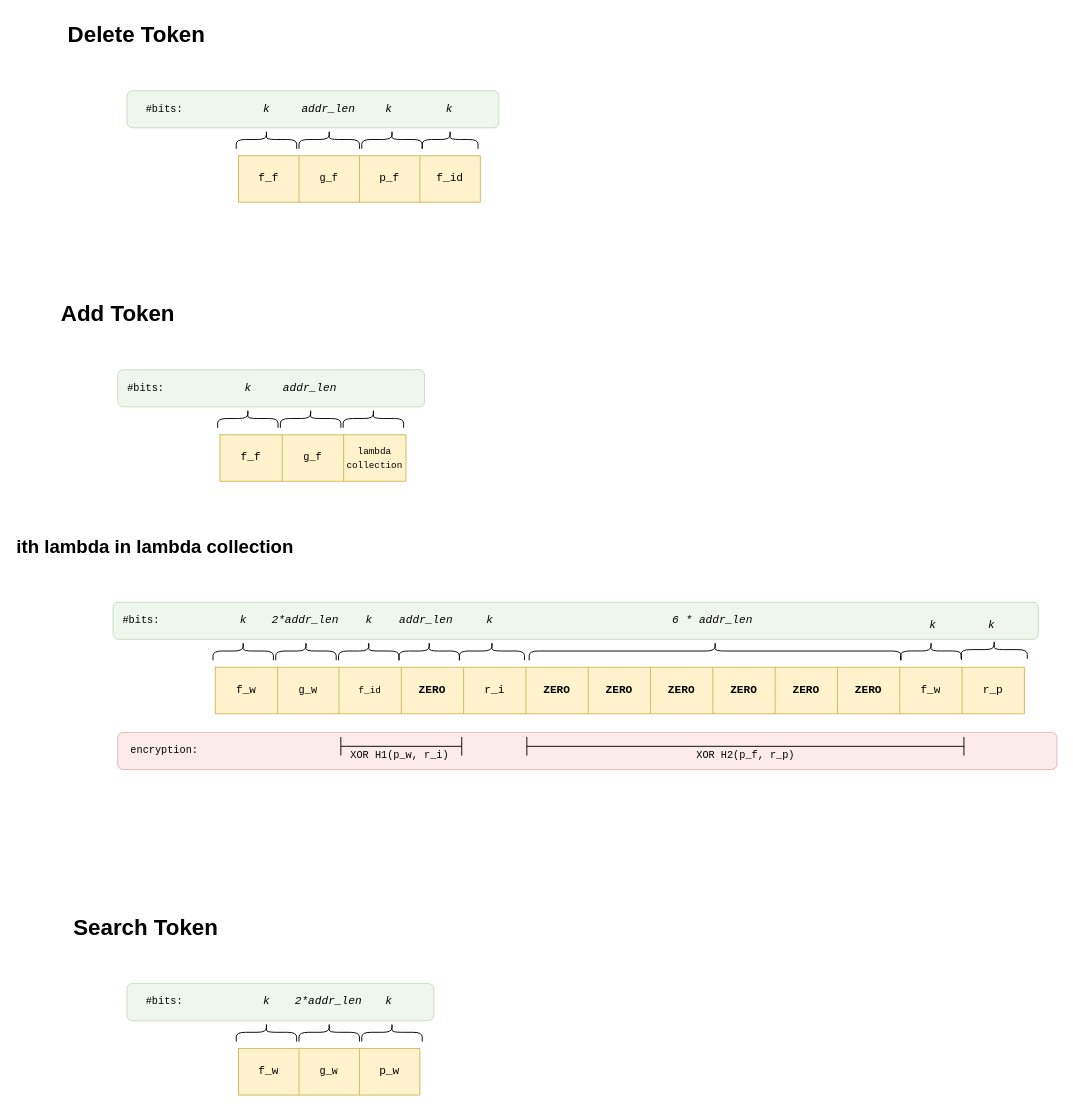
Before: page "tokens" (2 of 3) of diagrams/format_figures.drawio in thisisel/dynamic-sse, a draw.io diagram. Source tidied: cells renumbered, new cells numbered last; positions are measured from the earlier drawing's top-left corner, leaving out a move shared by most shapes. Both pictures are drawn from the tidied source at 93%, with x=0, y=0 at pixel (71, 16).
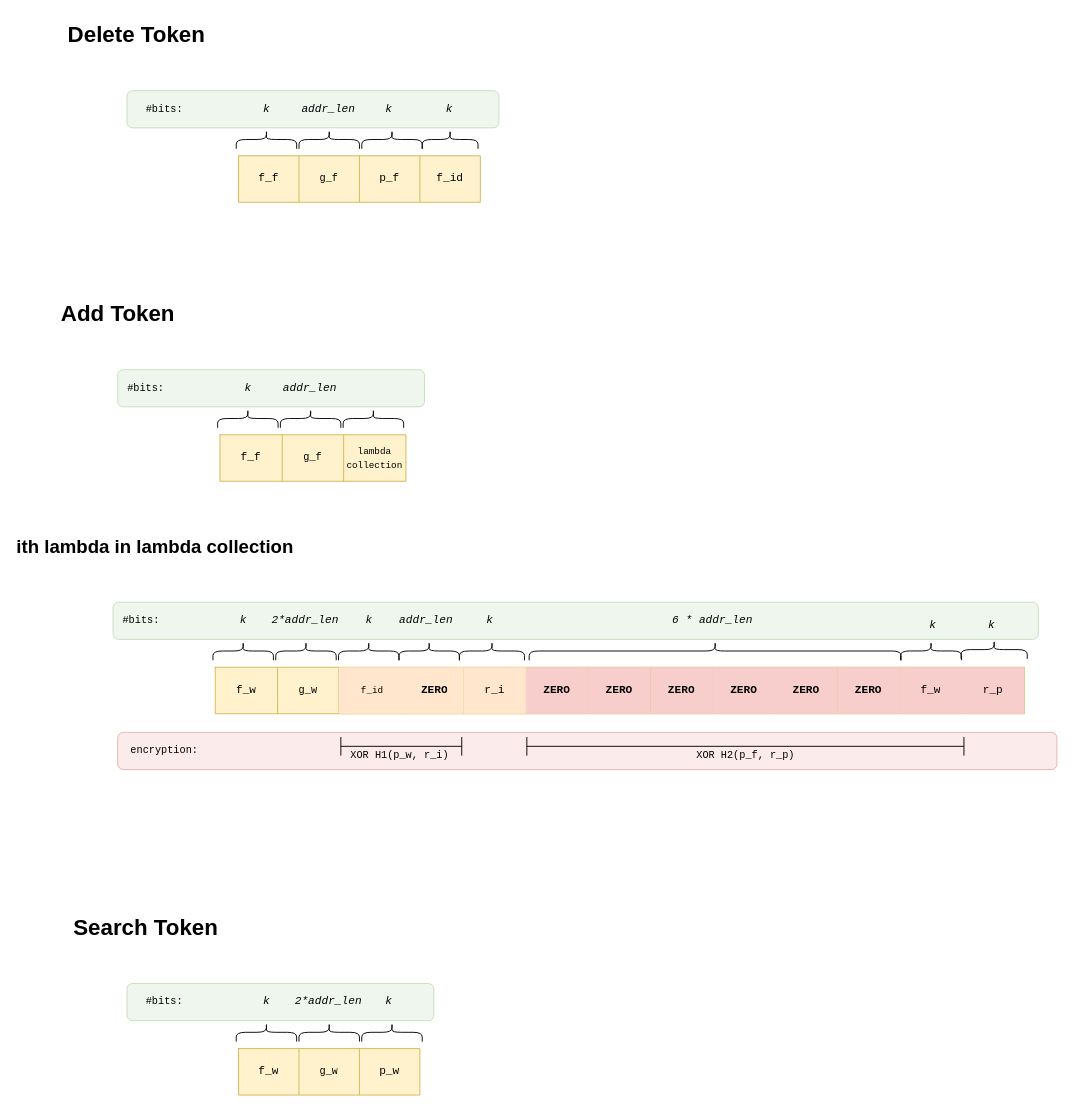
After the change.

The change refers to these unchanged cells:
```xml
<mxCell id="49" style="shape=tableRow;horizontal=0;startSize=0;swimlaneHead=0;swimlaneBody=0;top=0;left=0;bottom=0;right=0;fillColor=none;fontFamily=Courier New;" parent="48" vertex="1">
  <mxGeometry width="870" height="50" as="geometry" />
</mxCell>
```

What changed in the source:
```diff
@@
-    <mxCell id="52" value="&lt;font style=&quot;font-size: 10px;&quot;&gt;f_id&lt;/font&gt;" style="shape=partialRectangle;html=1;whiteSpace=wrap;overflow=hidden;fillColor=none;top=0;left=0;bottom=0;right=0;fontFamily=Courier New;" parent="49" vertex="1">
-      <mxGeometry x="133" width="67" height="50" as="geometry" />
+    <mxCell id="52" value="&lt;font style=&quot;font-size: 10px;&quot;&gt;f_id&lt;/font&gt;" style="shape=partialRectangle;html=1;whiteSpace=wrap;overflow=hidden;fillColor=#ffe6cc;top=0;left=0;bottom=0;right=0;fontFamily=Courier New;strokeColor=#d79b00;" parent="49" vertex="1">
+      <mxGeometry x="133" width="72" height="50" as="geometry" />
     </mxCell>
-    <mxCell id="53" value="&lt;b&gt;ZERO&lt;/b&gt;" style="shape=partialRectangle;html=1;whiteSpace=wrap;overflow=hidden;fillColor=none;top=0;left=0;bottom=0;right=0;fontFamily=Courier New;" parent="49" vertex="1">
-      <mxGeometry x="200" width="67" height="50" as="geometry" />
+    <mxCell id="53" value="&lt;b&gt;ZERO&lt;/b&gt;" style="shape=partialRectangle;html=1;whiteSpace=wrap;overflow=hidden;fillColor=#ffe6cc;top=0;left=0;bottom=0;right=0;fontFamily=Courier New;strokeColor=#d79b00;" parent="49" vertex="1">
+      <mxGeometry x="205" width="62" height="50" as="geometry" />
     </mxCell>
-    <mxCell id="54" value="r_i" style="shape=partialRectangle;html=1;whiteSpace=wrap;overflow=hidden;fillColor=none;top=0;left=0;bottom=0;right=0;fontFamily=Courier New;" parent="49" vertex="1">
+    <mxCell id="54" value="r_i" style="shape=partialRectangle;html=1;whiteSpace=wrap;overflow=hidden;fillColor=#ffe6cc;top=0;left=0;bottom=0;right=0;fontFamily=Courier New;strokeColor=#d79b00;" parent="49" vertex="1">
       <mxGeometry x="267" width="67" height="50" as="geometry" />
     </mxCell>
-    <mxCell id="55" value="&lt;b style=&quot;border-color: var(--border-color);&quot;&gt;ZERO&lt;/b&gt;" style="shape=partialRectangle;html=1;whiteSpace=wrap;overflow=hidden;fillColor=none;top=0;left=0;bottom=0;right=0;fontFamily=Courier New;" parent="49" vertex="1">
+    <mxCell id="55" value="&lt;b style=&quot;border-color: var(--border-color);&quot;&gt;ZERO&lt;/b&gt;" style="shape=partialRectangle;html=1;whiteSpace=wrap;overflow=hidden;fillColor=#f8cecc;top=0;left=0;bottom=0;right=0;fontFamily=Courier New;strokeColor=#000000;strokeWidth=6;" parent="49" vertex="1">
       <mxGeometry x="334" width="67" height="50" as="geometry" />
     </mxCell>
-    <mxCell id="56" value="&lt;b style=&quot;border-color: var(--border-color);&quot;&gt;ZERO&lt;/b&gt;" style="shape=partialRectangle;html=1;whiteSpace=wrap;overflow=hidden;fillColor=none;top=0;left=0;bottom=0;right=0;fontFamily=Courier New;" parent="49" vertex="1">
+    <mxCell id="56" value="&lt;b style=&quot;border-color: var(--border-color);&quot;&gt;ZERO&lt;/b&gt;" style="shape=partialRectangle;html=1;whiteSpace=wrap;overflow=hidden;fillColor=#f8cecc;top=0;left=0;bottom=0;right=0;fontFamily=Courier New;strokeColor=#000000;strokeWidth=6;" parent="49" vertex="1">
       <mxGeometry x="401" width="67" height="50" as="geometry" />
     </mxCell>
-    <mxCell id="57" value="&lt;b style=&quot;border-color: var(--border-color);&quot;&gt;ZERO&lt;/b&gt;" style="shape=partialRectangle;html=1;whiteSpace=wrap;overflow=hidden;fillColor=none;top=0;left=0;bottom=0;right=0;fontFamily=Courier New;" parent="49" vertex="1">
+    <mxCell id="57" value="&lt;b style=&quot;border-color: var(--border-color);&quot;&gt;ZERO&lt;/b&gt;" style="shape=partialRectangle;html=1;whiteSpace=wrap;overflow=hidden;fillColor=#f8cecc;top=0;left=0;bottom=0;right=0;fontFamily=Courier New;strokeColor=#000000;strokeWidth=6;" parent="49" vertex="1">
       <mxGeometry x="468" width="67" height="50" as="geometry" />
     </mxCell>
-    <mxCell id="58" value="&lt;b style=&quot;border-color: var(--border-color);&quot;&gt;ZERO&lt;/b&gt;" style="shape=partialRectangle;html=1;whiteSpace=wrap;overflow=hidden;fillColor=none;top=0;left=0;bottom=0;right=0;fontFamily=Courier New;" parent="49" vertex="1">
+    <mxCell id="58" value="&lt;b style=&quot;border-color: var(--border-color);&quot;&gt;ZERO&lt;/b&gt;" style="shape=partialRectangle;html=1;whiteSpace=wrap;overflow=hidden;fillColor=#f8cecc;top=0;left=0;bottom=0;right=0;fontFamily=Courier New;strokeColor=#000000;strokeWidth=6;" parent="49" vertex="1">
       <mxGeometry x="535" width="67" height="50" as="geometry" />
     </mxCell>
-    <mxCell id="59" value="&lt;b style=&quot;border-color: var(--border-color);&quot;&gt;ZERO&lt;/b&gt;" style="shape=partialRectangle;html=1;whiteSpace=wrap;overflow=hidden;fillColor=none;top=0;left=0;bottom=0;right=0;fontFamily=Courier New;" parent="49" vertex="1">
+    <mxCell id="59" value="&lt;b style=&quot;border-color: var(--border-color);&quot;&gt;ZERO&lt;/b&gt;" style="shape=partialRectangle;html=1;whiteSpace=wrap;overflow=hidden;fillColor=#f8cecc;top=0;left=0;bottom=0;right=0;fontFamily=Courier New;strokeColor=#000000;strokeWidth=6;" parent="49" vertex="1">
       <mxGeometry x="602" width="67" height="50" as="geometry" />
     </mxCell>
-    <mxCell id="60" value="&lt;b style=&quot;border-color: var(--border-color);&quot;&gt;ZERO&lt;/b&gt;" style="shape=partialRectangle;html=1;whiteSpace=wrap;overflow=hidden;fillColor=none;top=0;left=0;bottom=0;right=0;fontFamily=Courier New;" parent="49" vertex="1">
+    <mxCell id="60" value="&lt;b style=&quot;border-color: var(--border-color);&quot;&gt;ZERO&lt;/b&gt;" style="shape=partialRectangle;html=1;whiteSpace=wrap;overflow=hidden;fillColor=#f8cecc;top=0;left=0;bottom=0;right=0;fontFamily=Courier New;strokeColor=#000000;strokeWidth=6;" parent="49" vertex="1">
       <mxGeometry x="669" width="67" height="50" as="geometry" />
     </mxCell>
-    <mxCell id="61" value="f_w" style="shape=partialRectangle;html=1;whiteSpace=wrap;overflow=hidden;fillColor=none;top=0;left=0;bottom=0;right=0;fontFamily=Courier New;" parent="49" vertex="1">
+    <mxCell id="61" value="f_w" style="shape=partialRectangle;html=1;whiteSpace=wrap;overflow=hidden;fillColor=#f8cecc;top=0;left=0;bottom=0;right=0;fontFamily=Courier New;strokeColor=#000000;strokeWidth=6;" parent="49" vertex="1">
       <mxGeometry x="736" width="67" height="50" as="geometry" />
     </mxCell>
-    <mxCell id="62" value="r_p" style="shape=partialRectangle;html=1;whiteSpace=wrap;overflow=hidden;fillColor=none;top=0;left=0;bottom=0;right=0;fontFamily=Courier New;" parent="49" vertex="1">
+    <mxCell id="62" value="r_p" style="shape=partialRectangle;html=1;whiteSpace=wrap;overflow=hidden;fillColor=#f8cecc;top=0;left=0;bottom=0;right=0;fontFamily=Courier New;strokeColor=#000000;strokeWidth=6;" parent="49" vertex="1">
       <mxGeometry x="803" width="67" height="50" as="geometry" />
     </mxCell>
```
